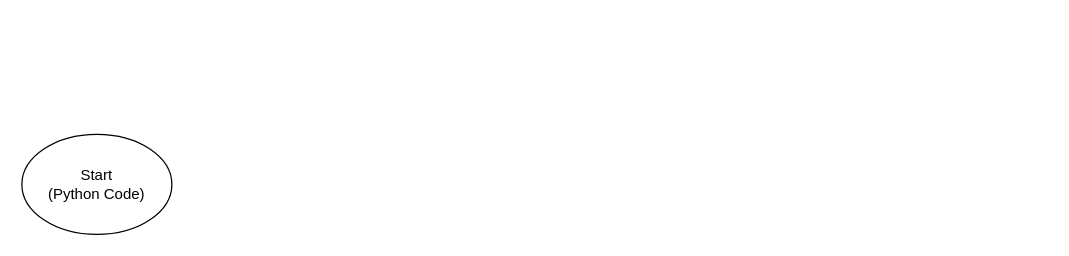
The draw.io diagram Diagrams/data_flow_bokeh.drawio in vandorena/NEA, before the edit. Source tidied: cells renumbered, new cells numbered last; positions are measured from the earlier drawing's top-left corner, leaving out a move shared by most shapes. Both pictures are drawn from the tidied source at 125%, with x=0, y=0 at pixel (21, 134).
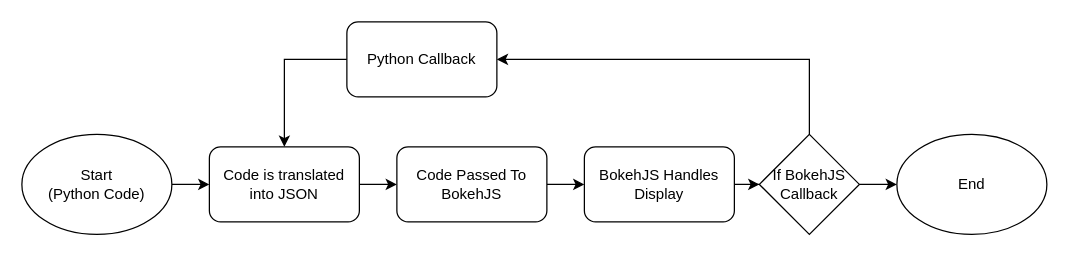
The same page after the edit.

Change to the diagram source:
```diff
@@
 <mxGraphModel>
   <root>
     <mxCell id="0" />
     <mxCell id="1" parent="0" />
+    <mxCell id="3" style="edgeStyle=orthogonalEdgeStyle;rounded=0;jettySize=auto;html=1;exitX=1;exitY=0.5;exitDx=0;exitDy=0;entryX=0;entryY=0.5;entryDx=0;entryDy=0;" parent="1" edge="1" source="2" target="5">
+      <mxGeometry relative="1" as="geometry" />
+    </mxCell>
     <mxCell id="2" value="Start&lt;div&gt;(Python Code)&lt;/div&gt;" style="ellipse;whiteSpace=wrap;html=1;" parent="1" vertex="1">
       <mxGeometry width="120" height="80" as="geometry" />
     </mxCell>
+    <mxCell id="4" style="edgeStyle=orthogonalEdgeStyle;rounded=0;jettySize=auto;html=1;entryX=0;entryY=0.5;entryDx=0;entryDy=0;" parent="1" edge="1" source="5" target="7">
+      <mxGeometry relative="1" as="geometry" />
+    </mxCell>
+    <mxCell id="5" value="Code is translated into JSON" style="rounded=1;whiteSpace=wrap;html=1;" parent="1" vertex="1">
+      <mxGeometry x="150" y="10" width="120" height="60" as="geometry" />
+    </mxCell>
+    <mxCell id="6" style="edgeStyle=orthogonalEdgeStyle;rounded=0;jettySize=auto;html=1;entryX=0;entryY=0.5;entryDx=0;entryDy=0;" parent="1" edge="1" source="7" target="9">
+      <mxGeometry relative="1" as="geometry" />
+    </mxCell>
+    <mxCell id="7" value="Code Passed To BokehJS" style="rounded=1;whiteSpace=wrap;html=1;" parent="1" vertex="1">
+      <mxGeometry x="300" y="10" width="120" height="60" as="geometry" />
+    </mxCell>
+    <mxCell id="8" style="edgeStyle=orthogonalEdgeStyle;rounded=0;jettySize=auto;html=1;" parent="1" edge="1" source="9" target="13">
+      <mxGeometry relative="1" as="geometry" />
+    </mxCell>
+    <mxCell id="9" value="BokehJS Handles Display" style="rounded=1;whiteSpace=wrap;html=1;" parent="1" vertex="1">
+      <mxGeometry x="450" y="10" width="120" height="60" as="geometry" />
+    </mxCell>
+    <mxCell id="10" value="End" style="ellipse;whiteSpace=wrap;html=1;" parent="1" vertex="1">
+      <mxGeometry x="700" width="120" height="80" as="geometry" />
+    </mxCell>
+    <mxCell id="11" style="edgeStyle=orthogonalEdgeStyle;rounded=0;jettySize=auto;html=1;entryX=0;entryY=0.5;entryDx=0;entryDy=0;" parent="1" edge="1" source="13" target="10">
+      <mxGeometry relative="1" as="geometry" />
+    </mxCell>
+    <mxCell id="12" style="edgeStyle=orthogonalEdgeStyle;rounded=0;jettySize=auto;html=1;exitX=0.5;exitY=0;exitDx=0;exitDy=0;entryX=1;entryY=0.5;entryDx=0;entryDy=0;" parent="1" edge="1" source="13" target="15">
+      <mxGeometry relative="1" as="geometry" />
+    </mxCell>
+    <mxCell id="13" value="If BokehJS&lt;div&gt;Callback&lt;/div&gt;" style="rhombus;whiteSpace=wrap;html=1;" parent="1" vertex="1">
+      <mxGeometry x="590" width="80" height="80" as="geometry" />
+    </mxCell>
+    <mxCell id="14" style="edgeStyle=orthogonalEdgeStyle;rounded=0;jettySize=auto;html=1;entryX=0.5;entryY=0;entryDx=0;entryDy=0;" parent="1" edge="1" source="15" target="5">
+      <mxGeometry relative="1" as="geometry">
+        <Array as="points">
+          <mxPoint x="210" y="-60" />
+        </Array>
+      </mxGeometry>
+    </mxCell>
+    <mxCell id="15" value="Python Callback" style="rounded=1;whiteSpace=wrap;html=1;" parent="1" vertex="1">
+      <mxGeometry x="260" y="-90" width="120" height="60" as="geometry" />
+    </mxCell>
   </root>
 </mxGraphModel>
```
